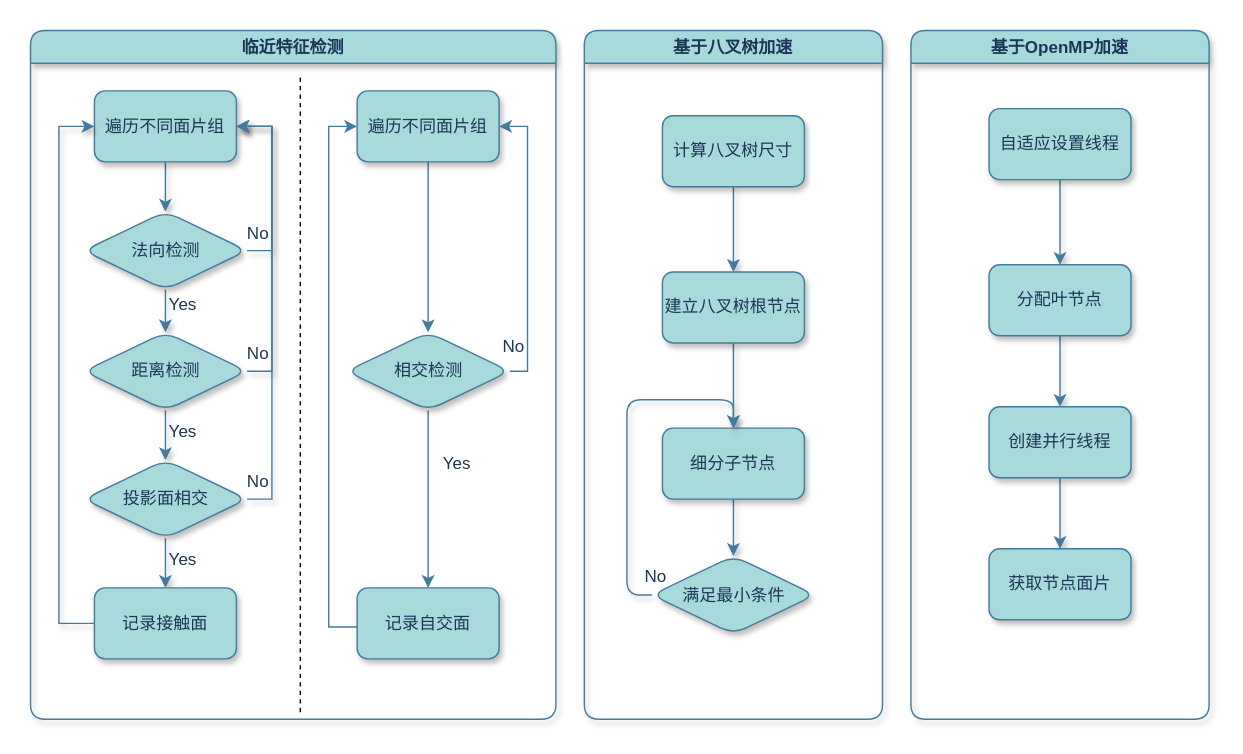
Before: neighborCheck.drawio in WalkLater/workflow, a draw.io diagram. Source tidied: cells renumbered, new cells numbered last; positions are measured from the earlier drawing's top-left corner, leaving out a move shared by most shapes. Both pictures are drawn from the tidied source at 142%, with x=0, y=0 at pixel (30, 30).
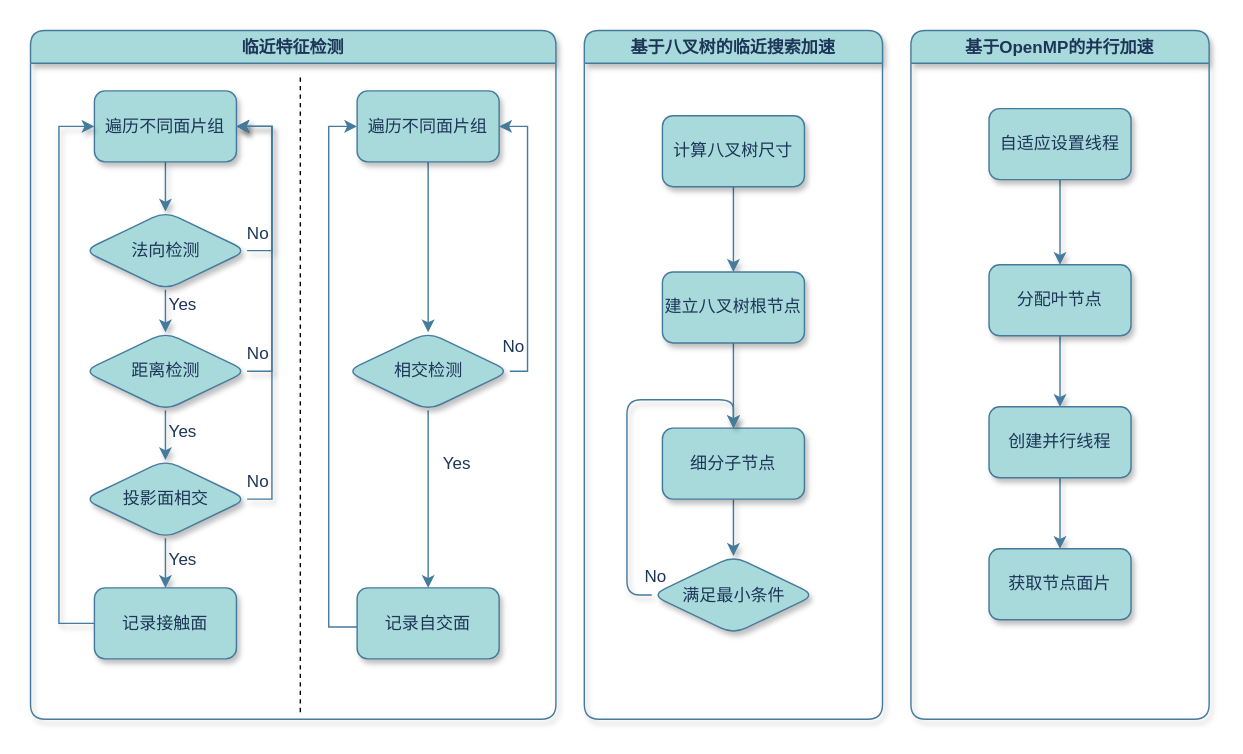
After the change.

What changed in the source:
```diff
@@
-    <mxCell id="2" value="基于八叉树加速" style="swimlane;whiteSpace=wrap;html=1;rounded=1;labelBackgroundColor=none;fillColor=#A8DADC;strokeColor=#457B9D;fontColor=#1D3557;shadow=1;" parent="1" vertex="1">
+    <mxCell id="2" value="基于八叉树的临近搜索加速" style="swimlane;whiteSpace=wrap;html=1;rounded=1;labelBackgroundColor=none;fillColor=#A8DADC;strokeColor=#457B9D;fontColor=#1D3557;shadow=1;" parent="1" vertex="1">
       <mxGeometry x="390" width="210" height="485" as="geometry" />
     </mxCell>
@@
-    <mxCell id="12" value="基于OpenMP加速" style="swimlane;whiteSpace=wrap;html=1;rounded=1;labelBackgroundColor=none;fillColor=#A8DADC;strokeColor=#457B9D;fontColor=#1D3557;shadow=1;" parent="1" vertex="1">
+    <mxCell id="12" value="基于OpenMP的并行加速" style="swimlane;whiteSpace=wrap;html=1;rounded=1;labelBackgroundColor=none;fillColor=#A8DADC;strokeColor=#457B9D;fontColor=#1D3557;shadow=1;" parent="1" vertex="1">
       <mxGeometry x="620" width="210" height="485" as="geometry" />
     </mxCell>
```
